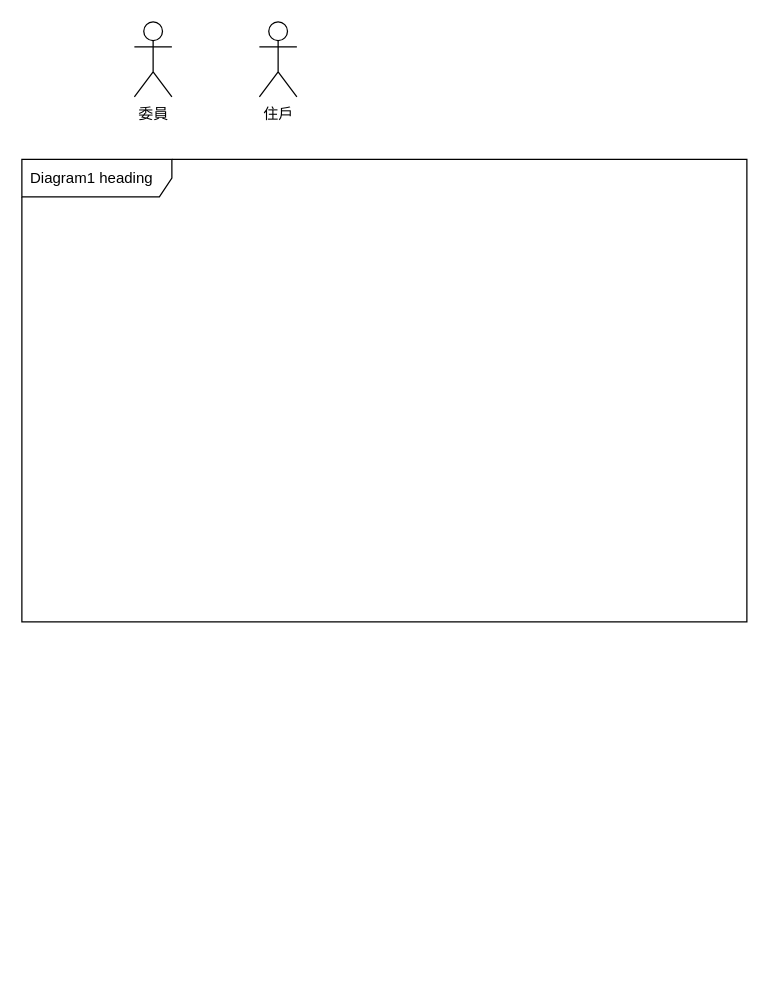
Earlier version of the draw.io diagram answer.drawio (Tim11211017/111-2HW4). Source tidied: cells renumbered, new cells numbered last; positions are measured from the earlier drawing's top-left corner, leaving out a move shared by most shapes. Both pictures are drawn from the tidied source at 125%, with x=0, y=0 at pixel (21, 21).
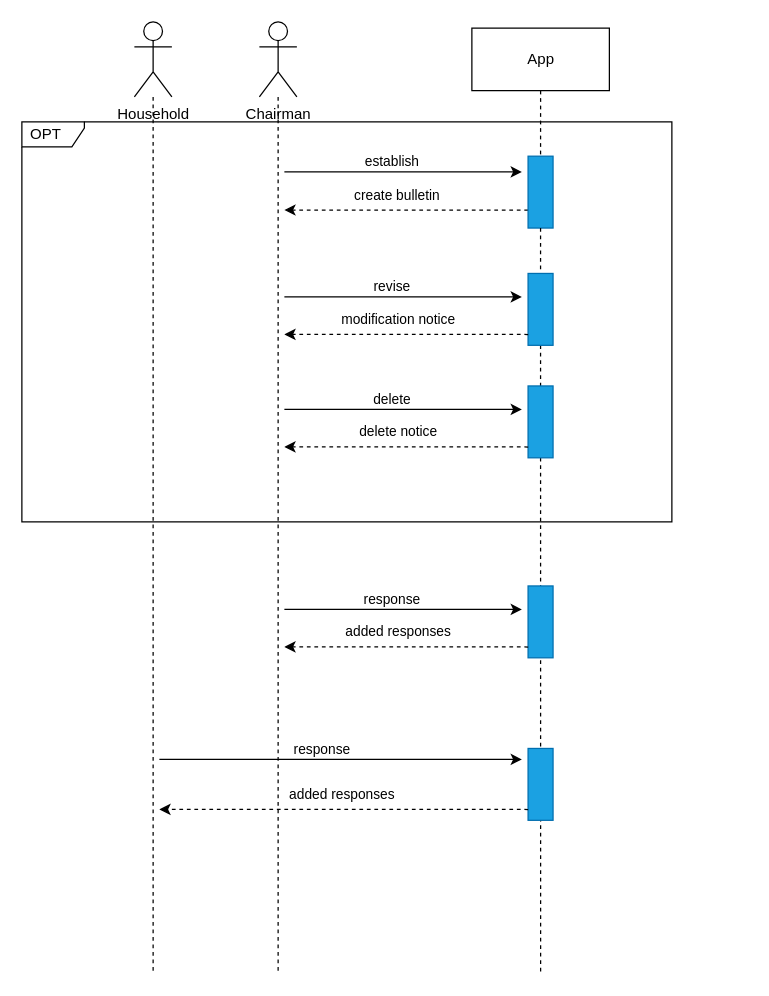
The same page after the edit.

Change to the diagram source:
```diff
@@
+    <mxCell id="4" value="OPT" style="shape=umlFrame;whiteSpace=wrap;html=1;width=50;height=20;boundedLbl=1;verticalAlign=middle;align=left;spacingLeft=5;" parent="1" vertex="1">
+      <mxGeometry y="80" width="520" height="320" as="geometry" />
+    </mxCell>
-    <mxCell id="2" value="委員" style="shape=umlActor;verticalLabelPosition=bottom;verticalAlign=top;html=1;outlineConnect=0;" parent="1" vertex="1">
+    <mxCell id="2" value="Household" style="shape=umlActor;verticalLabelPosition=bottom;verticalAlign=top;html=1;outlineConnect=0;" parent="1" vertex="1">
       <mxGeometry x="90" width="30" height="60" as="geometry" />
     </mxCell>
-    <mxCell id="3" value="住戶" style="shape=umlActor;verticalLabelPosition=bottom;verticalAlign=top;html=1;outlineConnect=0;" parent="1" vertex="1">
+    <mxCell id="3" value="Chairman" style="shape=umlActor;verticalLabelPosition=bottom;verticalAlign=top;html=1;outlineConnect=0;" parent="1" vertex="1">
       <mxGeometry x="190" width="30" height="60" as="geometry" />
     </mxCell>
-    <mxCell id="4" value="Diagram1 heading" style="shape=umlFrame;whiteSpace=wrap;html=1;width=120;height=30;boundedLbl=1;verticalAlign=middle;align=left;spacingLeft=5;" parent="1" vertex="1">
-      <mxGeometry y="110" width="580" height="370" as="geometry" />
-    </mxCell>
+    <mxCell id="5" style="edgeStyle=none;html=1;dashed=1;endArrow=none;endFill=0;startArrow=none;" parent="1" edge="1" source="20">
+      <mxGeometry relative="1" as="geometry">
+        <mxPoint x="415" y="760" as="targetPoint" />
+      </mxGeometry>
+    </mxCell>
+    <mxCell id="6" value="App" style="html=1;" parent="1" vertex="1">
+      <mxGeometry x="360" y="5" width="110" height="50" as="geometry" />
+    </mxCell>
+    <mxCell id="7" style="endArrow=classic;html=1;endFill=1;verticalAlign=bottom;" parent="1" edge="1">
+      <mxGeometry relative="1" as="geometry">
+        <mxPoint x="210" y="120" as="sourcePoint" />
+        <mxPoint x="400" y="120" as="targetPoint" />
+      </mxGeometry>
+    </mxCell>
+    <mxCell id="8" value="establish" style="edgeLabel;html=1;align=center;verticalAlign=bottom;" parent="7" vertex="1">
+      <mxGeometry x="-0.11" relative="1" as="geometry" />
+    </mxCell>
+    <mxCell id="9" style="edgeStyle=none;html=1;dashed=1;endArrow=none;endFill=0;" parent="1" edge="1" source="3">
+      <mxGeometry relative="1" as="geometry">
+        <mxPoint x="205" y="760.7" as="targetPoint" />
+      </mxGeometry>
+    </mxCell>
+    <mxCell id="10" style="edgeStyle=none;html=1;endArrow=none;endFill=0;dashed=1;" parent="1" edge="1" source="2">
+      <mxGeometry relative="1" as="geometry">
+        <mxPoint x="105" y="760" as="targetPoint" />
+      </mxGeometry>
+    </mxCell>
+    <mxCell id="11" style="edgeStyle=none;html=1;dashed=1;endArrow=none;endFill=0;" parent="1" edge="1" source="6" target="14">
+      <mxGeometry relative="1" as="geometry" />
+    </mxCell>
+    <mxCell id="12" style="edgeStyle=none;html=1;exitX=0.75;exitY=1;exitDx=0;exitDy=0;endArrow=classic;endFill=1;dashed=1;" parent="1" edge="1" source="14">
+      <mxGeometry relative="1" as="geometry">
+        <mxPoint x="210" y="150.5" as="targetPoint" />
+      </mxGeometry>
+    </mxCell>
+    <mxCell id="13" value="create bulletin" style="edgeLabel;html=1;align=center;verticalAlign=bottom;" parent="12" vertex="1">
+      <mxGeometry x="-0.1" y="-1" relative="1" as="geometry">
+        <mxPoint x="-17" y="-3" as="offset" />
+      </mxGeometry>
+    </mxCell>
+    <mxCell id="14" style="rounded=0;whiteSpace=wrap;html=1;rotation=90;fillColor=#1ba1e2;fontColor=#ffffff;strokeColor=#006EAF;" parent="1" vertex="1">
+      <mxGeometry x="386.2" y="126.2" width="57.5" height="20" as="geometry" />
+    </mxCell>
+    <mxCell id="15" style="endArrow=classic;html=1;endFill=1;verticalAlign=bottom;" parent="1" edge="1">
+      <mxGeometry relative="1" as="geometry">
+        <mxPoint x="210" y="220" as="sourcePoint" />
+        <mxPoint x="400" y="220" as="targetPoint" />
+      </mxGeometry>
+    </mxCell>
+    <mxCell id="16" value="revise" style="edgeLabel;html=1;align=center;verticalAlign=bottom;" parent="15" vertex="1">
+      <mxGeometry x="-0.11" relative="1" as="geometry" />
+    </mxCell>
+    <mxCell id="17" style="endArrow=classic;html=1;endFill=1;verticalAlign=bottom;" parent="1" edge="1">
+      <mxGeometry relative="1" as="geometry">
+        <mxPoint x="210" y="310" as="sourcePoint" />
+        <mxPoint x="400" y="310" as="targetPoint" />
+      </mxGeometry>
+    </mxCell>
+    <mxCell id="18" value="delete" style="edgeLabel;html=1;align=center;verticalAlign=bottom;" parent="17" vertex="1">
+      <mxGeometry x="-0.11" relative="1" as="geometry" />
+    </mxCell>
+    <mxCell id="19" style="edgeStyle=none;html=1;dashed=1;endArrow=none;endFill=0;startArrow=none;" parent="1" edge="1" source="14" target="20">
+      <mxGeometry relative="1" as="geometry" />
+    </mxCell>
+    <mxCell id="20" style="rounded=0;whiteSpace=wrap;html=1;rotation=90;fillColor=#1ba1e2;fontColor=#ffffff;strokeColor=#006EAF;" parent="1" vertex="1">
+      <mxGeometry x="386.2" y="220" width="57.5" height="20" as="geometry" />
+    </mxCell>
+    <mxCell id="21" style="rounded=0;whiteSpace=wrap;html=1;rotation=90;fillColor=#1ba1e2;fontColor=#ffffff;strokeColor=#006EAF;" parent="1" vertex="1">
+      <mxGeometry x="386.2" y="310" width="57.5" height="20" as="geometry" />
+    </mxCell>
+    <mxCell id="22" style="edgeStyle=none;html=1;exitX=0.75;exitY=1;exitDx=0;exitDy=0;endArrow=classic;endFill=1;dashed=1;" parent="1" edge="1">
+      <mxGeometry relative="1" as="geometry">
+        <mxPoint x="405" y="250.1" as="sourcePoint" />
+        <mxPoint x="210" y="250" as="targetPoint" />
+      </mxGeometry>
+    </mxCell>
+    <mxCell id="23" value="modification notice" style="edgeLabel;html=1;align=center;verticalAlign=bottom;" parent="22" vertex="1">
+      <mxGeometry x="-0.1" y="-1" relative="1" as="geometry">
+        <mxPoint x="-17" y="-3" as="offset" />
+      </mxGeometry>
+    </mxCell>
+    <mxCell id="24" style="edgeStyle=none;html=1;exitX=0.75;exitY=1;exitDx=0;exitDy=0;endArrow=classic;endFill=1;dashed=1;" parent="1" edge="1">
+      <mxGeometry relative="1" as="geometry">
+        <mxPoint x="405" y="340.1" as="sourcePoint" />
+        <mxPoint x="210" y="340" as="targetPoint" />
+      </mxGeometry>
+    </mxCell>
+    <mxCell id="25" value="delete notice" style="edgeLabel;html=1;align=center;verticalAlign=bottom;" parent="24" vertex="1">
+      <mxGeometry x="-0.1" y="-1" relative="1" as="geometry">
+        <mxPoint x="-17" y="-3" as="offset" />
+      </mxGeometry>
+    </mxCell>
+    <mxCell id="26" style="rounded=0;whiteSpace=wrap;html=1;rotation=90;fillColor=#1ba1e2;fontColor=#ffffff;strokeColor=#006EAF;" parent="1" vertex="1">
+      <mxGeometry x="386.2" y="470" width="57.5" height="20" as="geometry" />
+    </mxCell>
+    <mxCell id="27" style="endArrow=classic;html=1;endFill=1;verticalAlign=bottom;" parent="1" edge="1">
+      <mxGeometry relative="1" as="geometry">
+        <mxPoint x="210" y="470" as="sourcePoint" />
+        <mxPoint x="400" y="470" as="targetPoint" />
+      </mxGeometry>
+    </mxCell>
+    <mxCell id="28" value="response" style="edgeLabel;html=1;align=center;verticalAlign=bottom;" parent="27" vertex="1">
+      <mxGeometry x="-0.11" relative="1" as="geometry" />
+    </mxCell>
+    <mxCell id="29" style="edgeStyle=none;html=1;exitX=0.75;exitY=1;exitDx=0;exitDy=0;endArrow=classic;endFill=1;dashed=1;" parent="1" edge="1">
+      <mxGeometry relative="1" as="geometry">
+        <mxPoint x="405" y="500.1" as="sourcePoint" />
+        <mxPoint x="210" y="500" as="targetPoint" />
+      </mxGeometry>
+    </mxCell>
+    <mxCell id="30" value="added responses" style="edgeLabel;html=1;align=center;verticalAlign=bottom;" parent="29" vertex="1">
+      <mxGeometry x="-0.1" y="-1" relative="1" as="geometry">
+        <mxPoint x="-17" y="-3" as="offset" />
+      </mxGeometry>
+    </mxCell>
+    <mxCell id="31" style="endArrow=classic;html=1;endFill=1;verticalAlign=bottom;" parent="1" edge="1">
+      <mxGeometry relative="1" as="geometry">
+        <mxPoint x="110" y="590" as="sourcePoint" />
+        <mxPoint x="400" y="590" as="targetPoint" />
+      </mxGeometry>
+    </mxCell>
+    <mxCell id="32" value="response" style="edgeLabel;html=1;align=center;verticalAlign=bottom;" parent="31" vertex="1">
+      <mxGeometry x="-0.11" relative="1" as="geometry" />
+    </mxCell>
+    <mxCell id="33" style="rounded=0;whiteSpace=wrap;html=1;rotation=90;fillColor=#1ba1e2;fontColor=#ffffff;strokeColor=#006EAF;" parent="1" vertex="1">
+      <mxGeometry x="386.2" y="600" width="57.5" height="20" as="geometry" />
+    </mxCell>
+    <mxCell id="34" style="edgeStyle=none;html=1;exitX=0.75;exitY=1;exitDx=0;exitDy=0;endArrow=classic;endFill=1;dashed=1;" parent="1" edge="1">
+      <mxGeometry relative="1" as="geometry">
+        <mxPoint x="405" y="630.1" as="sourcePoint" />
+        <mxPoint x="110" y="630" as="targetPoint" />
+      </mxGeometry>
+    </mxCell>
+    <mxCell id="35" value="added responses" style="edgeLabel;html=1;align=center;verticalAlign=bottom;" parent="34" vertex="1">
+      <mxGeometry x="-0.1" y="-1" relative="1" as="geometry">
+        <mxPoint x="-17" y="-3" as="offset" />
+      </mxGeometry>
+    </mxCell>
```
